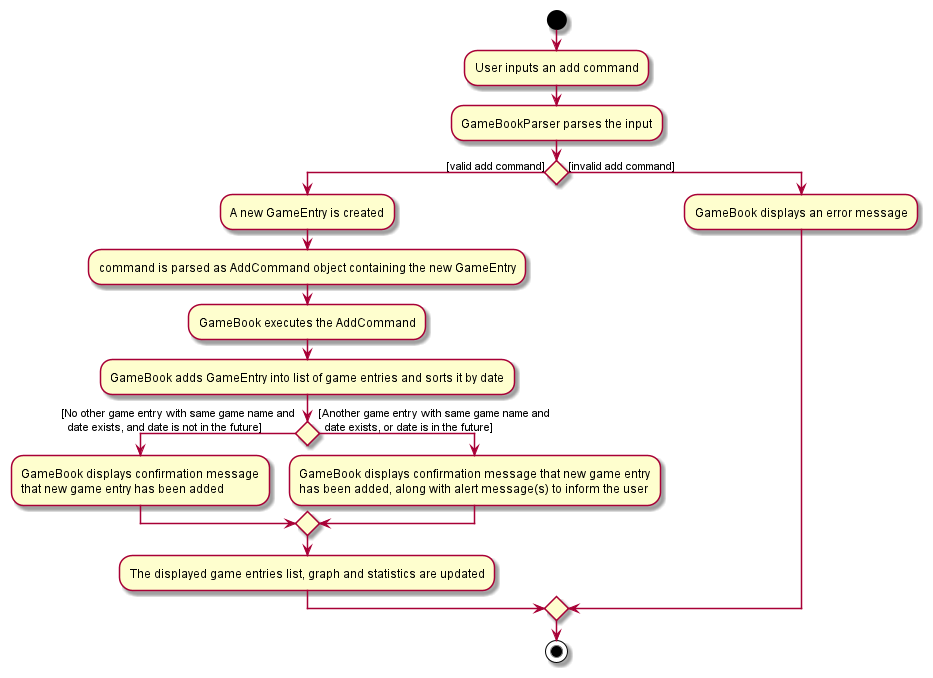
This is docs/images/AddActivityDiagram.png from yzhilong/tp, a PlantUML export, as it was before one commit.
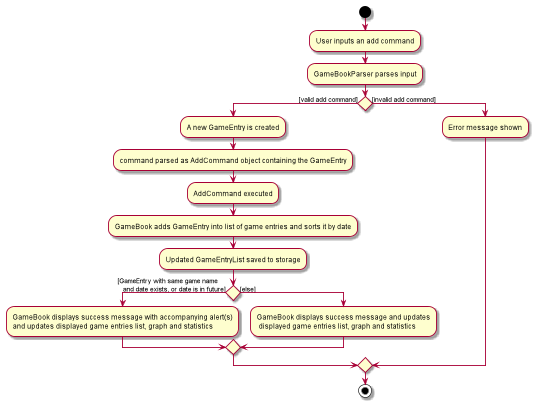
After the change.

Commit message:
Update sequence and activity diagrams for AddCommand

What changed in the source:
```diff
@@ -2,25 +2,25 @@
 
 start
 :User inputs an add command;
-:GameBookParser parses the input;
+:GameBookParser parses input;
 
 if () then ([valid add command])
   :A new GameEntry is created;
-  :command is parsed as AddCommand object containing the new GameEntry;
-  :GameBook executes the AddCommand;
+  :command parsed as AddCommand object containing the GameEntry;
+  :AddCommand executed;
   :GameBook adds GameEntry into list of game entries and sorts it by date;
-  if() then([No other game entry with same game name and
-  date exists, and date is not in the future])
-    :GameBook displays confirmation message
-    that new game entry has been added;
-  else ([Another game entry with same game name and
-  date exists, or date is in the future])
-    :GameBook displays confirmation message that new game entry
-    has been added, along with alert message(s) to inform the user;
+  :Updated GameEntryList saved to storage;
+  if() then([GameEntry with same game name
+   and date exists, or date is in future])
+    :GameBook displays success message with accompanying alert(s)
+    and updates displayed game entries list, graph and statistics;
+  else ([else])
+    :GameBook displays success message and updates
+     displayed game entries list, graph and statistics;
   endif
-  :The displayed game entries list, graph and statistics are updated;
+
 else ([invalid add command])
-  :GameBook displays an error message;
+  :Error message shown;
 
 endif
 stop
```
